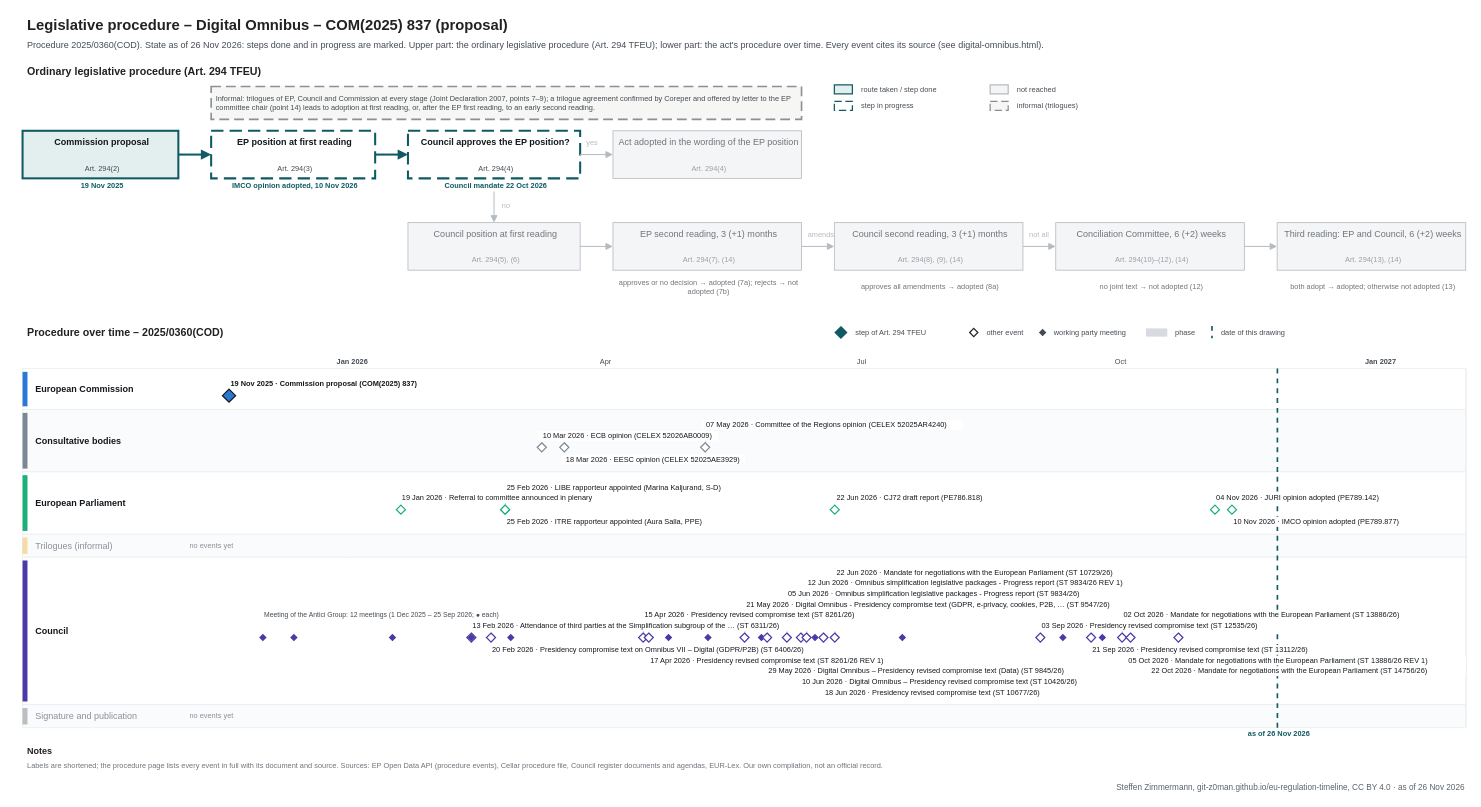
Above: procedures/digital-omnibus.drawio in git-z0man/eu-regulation-timeline (draw.io), before the change. Source tidied: cells renumbered, new cells numbered last; positions are measured from the earlier drawing's top-left corner, leaving out a move shared by most shapes. Both pictures are drawn from the tidied source at 82%, with x=0, y=0 at pixel (14, 14).
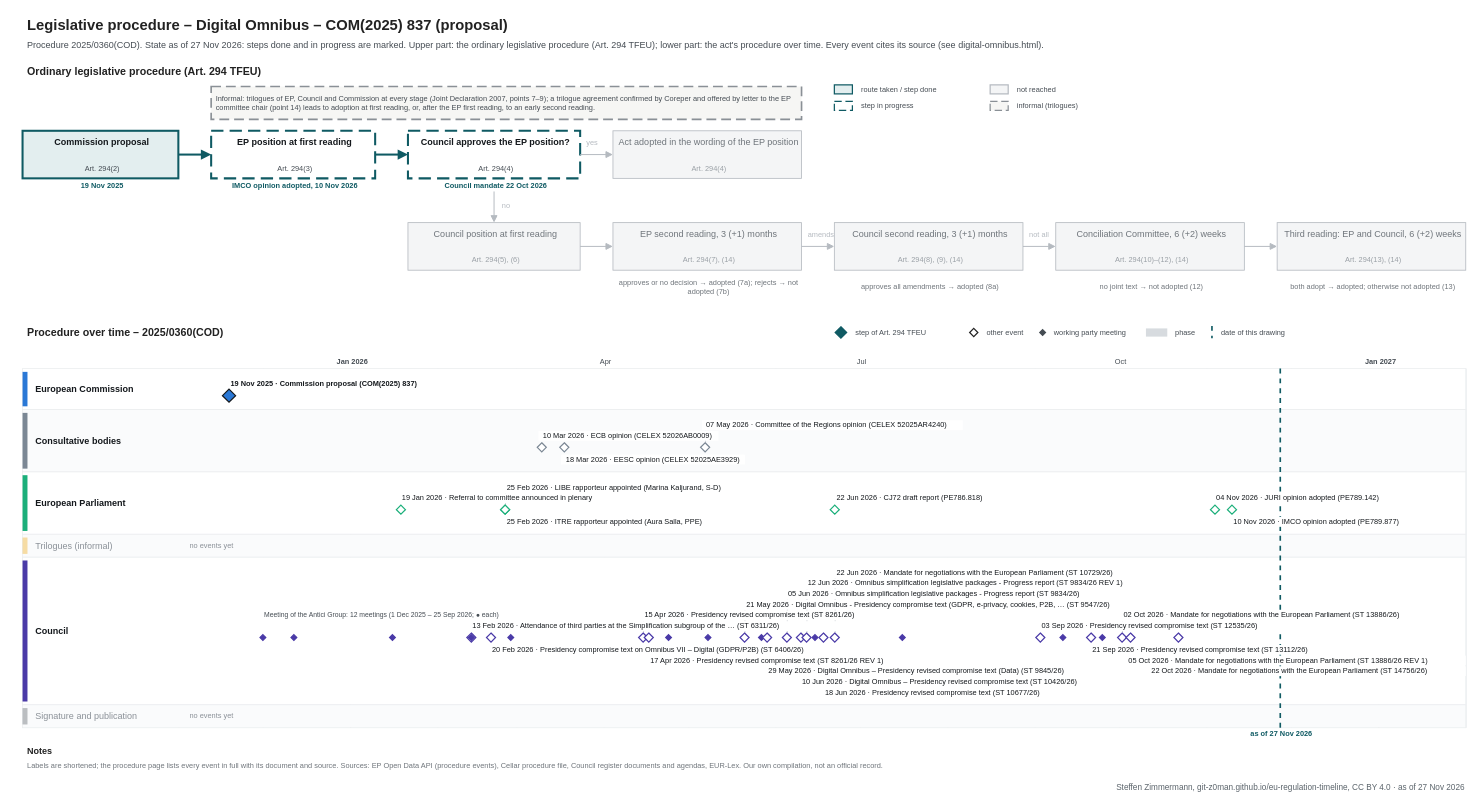
Above is the later version.

Change to the diagram source:
```diff
@@
-    <mxCell id="3" value="Procedure 2025/0360(COD). State as of 26 Nov 2026: steps done and in progress are marked. Upper part: the ordinary legislative procedure (Art. 294 TFEU); lower part: the act's procedure over time. Every event cites its source (see digital-omnibus.html)." style="text;html=1;fontSize=11;fontColor=#454c53;align=left;verticalAlign=middle;spacingLeft=4;" parent="1" vertex="1">
+    <mxCell id="3" value="Procedure 2025/0360(COD). State as of 27 Nov 2026: steps done and in progress are marked. Upper part: the ordinary legislative procedure (Art. 294 TFEU); lower part: the act's procedure over time. Every event cites its source (see digital-omnibus.html)." style="text;html=1;fontSize=11;fontColor=#454c53;align=left;verticalAlign=middle;spacingLeft=4;" parent="1" vertex="1">
       <mxGeometry x="10" y="28" width="1700" height="18" as="geometry" />
     </mxCell>
@@
     <mxCell id="113" style="line;html=1;strokeWidth=2;strokeColor=#0f5a63;direction=south;dashed=1;" parent="1" vertex="1">
-      <mxGeometry x="1539.8" y="432" width="1" height="438" as="geometry" />
+      <mxGeometry x="1543.3" y="432" width="1" height="438" as="geometry" />
     </mxCell>
-    <mxCell id="114" value="as of 26 Nov 2026" style="text;html=1;fontSize=9;fontColor=#0f5a63;align=center;verticalAlign=middle;spacingLeft=4;fontStyle=1;" parent="1" vertex="1">
-      <mxGeometry x="1479.8" y="871" width="120" height="12" as="geometry" />
+    <mxCell id="114" value="as of 27 Nov 2026" style="text;html=1;fontSize=9;fontColor=#0f5a63;align=center;verticalAlign=middle;spacingLeft=4;fontStyle=1;" parent="1" vertex="1">
+      <mxGeometry x="1483.3" y="871" width="120" height="12" as="geometry" />
     </mxCell>
@@
-    <mxCell id="196" value="Steffen Zimmermann, git-z0man.github.io/eu-regulation-timeline, CC BY 4.0 · as of 26 Nov 2026" style="text;html=1;fontSize=10;fontColor=#5b646b;align=right;verticalAlign=middle;spacingLeft=4;" parent="1" vertex="1">
+    <mxCell id="196" value="Steffen Zimmermann, git-z0man.github.io/eu-regulation-timeline, CC BY 4.0 · as of 27 Nov 2026" style="text;html=1;fontSize=10;fontColor=#5b646b;align=right;verticalAlign=middle;spacingLeft=4;" parent="1" vertex="1">
       <mxGeometry x="10" y="934" width="1760" height="16" as="geometry" />
     </mxCell>
```
